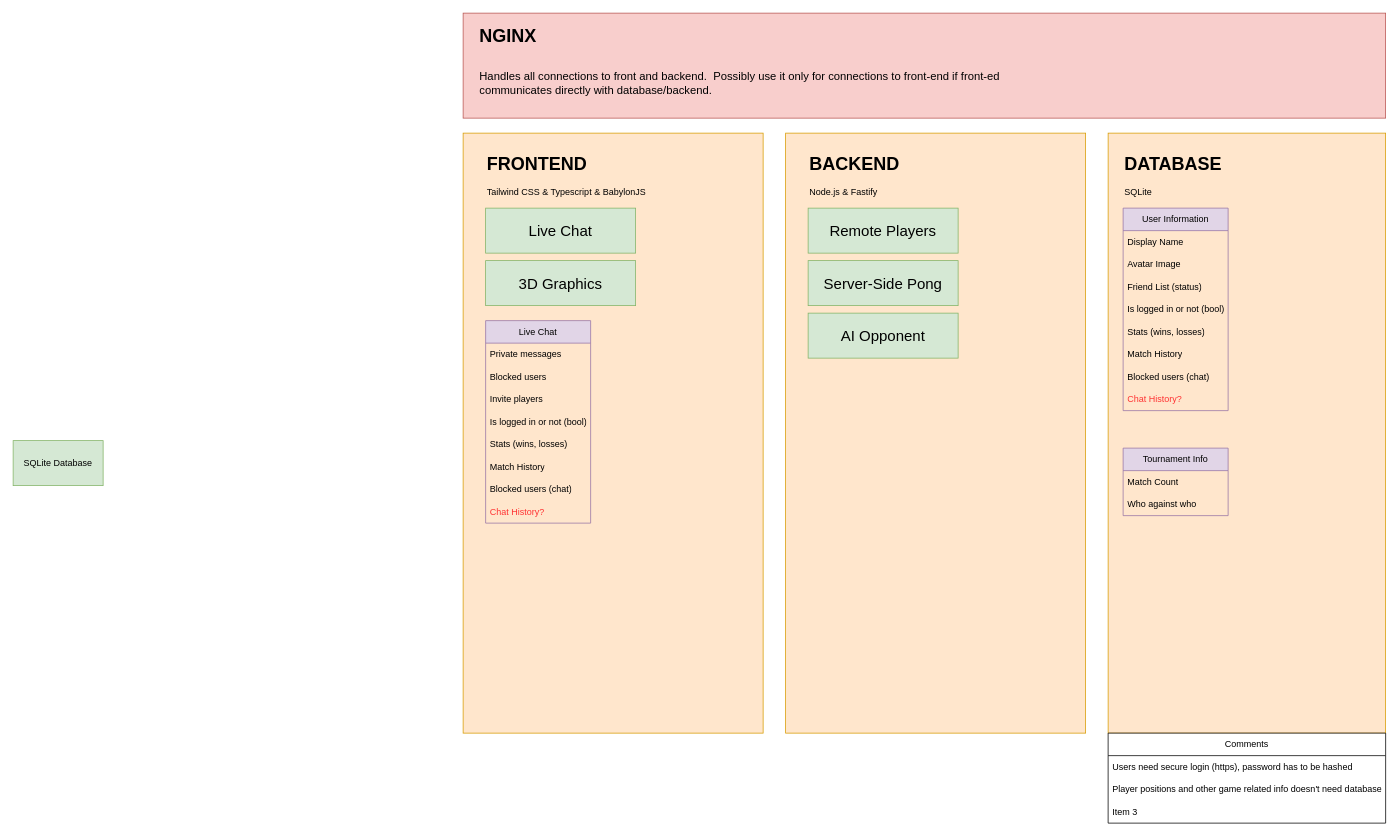
Above: transcendence.drawio in Jarnomer/transcendence (draw.io), before the change. Source tidied: cells renumbered, new cells numbered last; positions are measured from the earlier drawing's top-left corner, leaving out a move shared by most shapes. Both pictures are drawn from the tidied source at 75%, with x=0, y=0 at pixel (13, 13).
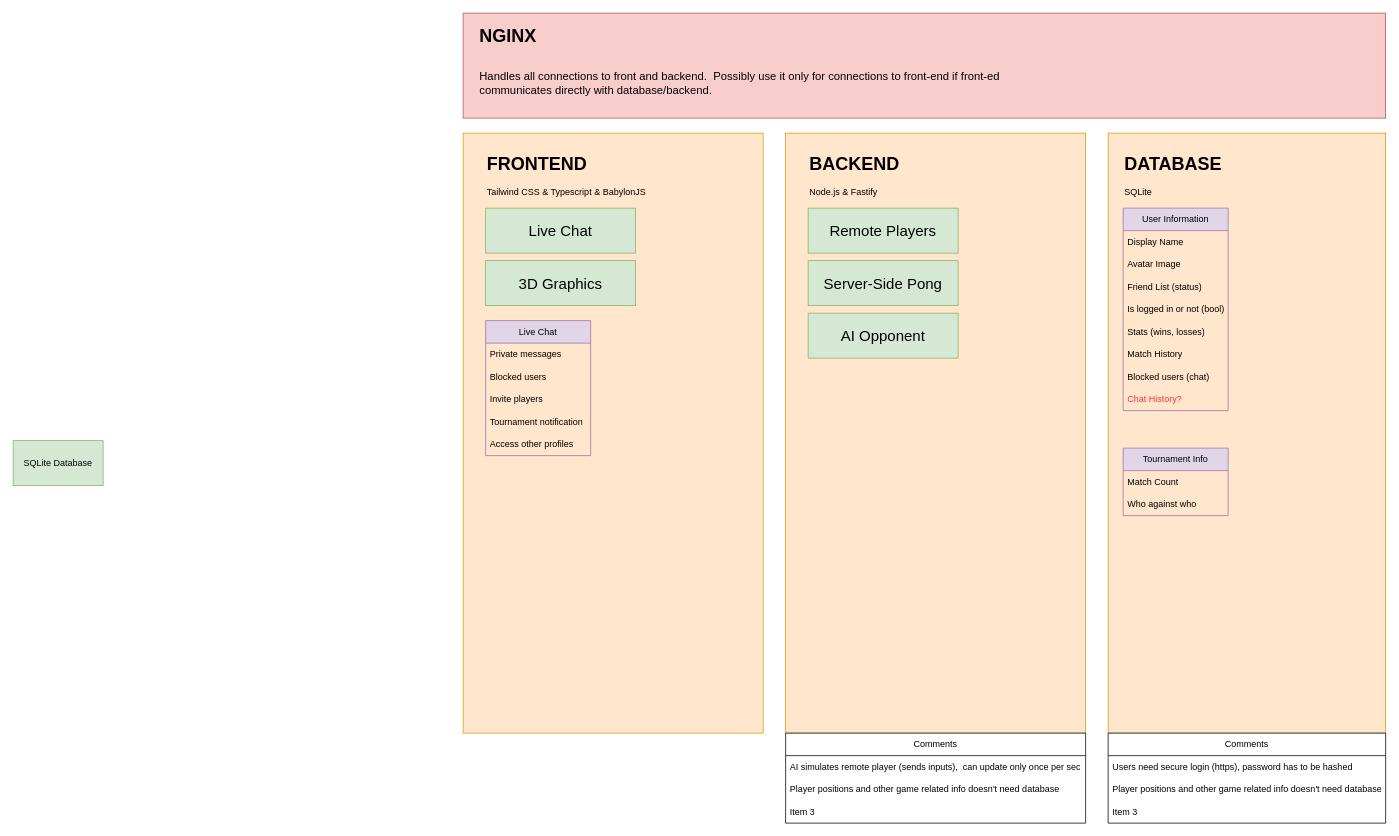
After the change.

Change to the diagram source:
```diff
@@
     <mxCell id="32" value="Live Chat" style="swimlane;fontStyle=0;horizontal=1;startSize=30;whiteSpace=wrap;html=1;fillColor=#e1d5e7;strokeColor=#9673a6;" parent="1" vertex="1">
-      <mxGeometry x="630" y="410" width="140" height="270" as="geometry" />
+      <mxGeometry x="630" y="410" width="140" height="180" as="geometry" />
     </mxCell>
@@
-    <mxCell id="36" value="&lt;div&gt;Is logged in or not (bool)&lt;/div&gt;" style="text;strokeColor=none;fillColor=none;align=left;verticalAlign=middle;spacingLeft=4;spacingRight=4;overflow=hidden;whiteSpace=wrap;html=1;" parent="32" vertex="1">
+    <mxCell id="36" value="&lt;div&gt;Tournament notification&lt;/div&gt;" style="text;strokeColor=none;fillColor=none;align=left;verticalAlign=middle;spacingLeft=4;spacingRight=4;overflow=hidden;whiteSpace=wrap;html=1;" parent="32" vertex="1">
       <mxGeometry y="120" width="140" height="30" as="geometry" />
     </mxCell>
-    <mxCell id="37" value="&lt;div&gt;Stats (wins, losses)&lt;/div&gt;" style="text;strokeColor=none;fillColor=none;align=left;verticalAlign=middle;spacingLeft=4;spacingRight=4;overflow=hidden;whiteSpace=wrap;html=1;" parent="32" vertex="1">
+    <mxCell id="37" value="&lt;div&gt;Access other profiles&lt;/div&gt;" style="text;strokeColor=none;fillColor=none;align=left;verticalAlign=middle;spacingLeft=4;spacingRight=4;overflow=hidden;whiteSpace=wrap;html=1;" parent="32" vertex="1">
       <mxGeometry y="150" width="140" height="30" as="geometry" />
     </mxCell>
-    <mxCell id="38" value="&lt;div&gt;Match History&lt;/div&gt;" style="text;strokeColor=none;fillColor=none;align=left;verticalAlign=middle;spacingLeft=4;spacingRight=4;overflow=hidden;whiteSpace=wrap;html=1;" parent="32" vertex="1">
-      <mxGeometry y="180" width="140" height="30" as="geometry" />
-    </mxCell>
-    <mxCell id="39" value="Blocked users (chat)" style="text;strokeColor=none;fillColor=none;align=left;verticalAlign=middle;spacingLeft=4;spacingRight=4;overflow=hidden;whiteSpace=wrap;html=1;" parent="32" vertex="1">
-      <mxGeometry y="210" width="140" height="30" as="geometry" />
-    </mxCell>
-    <mxCell id="40" value="&lt;div&gt;&lt;font style=&quot;color: rgb(255, 51, 51);&quot;&gt;Chat History?&lt;/font&gt;&lt;/div&gt;" style="text;strokeColor=none;fillColor=none;align=left;verticalAlign=middle;spacingLeft=4;spacingRight=4;overflow=hidden;whiteSpace=wrap;html=1;" parent="32" vertex="1">
-      <mxGeometry y="240" width="140" height="30" as="geometry" />
-    </mxCell>
+    <mxCell id="41" value="Comments" style="swimlane;fontStyle=0;horizontal=1;startSize=30;whiteSpace=wrap;html=1;" parent="1" vertex="1">
+      <mxGeometry x="1030" y="960" width="400" height="120" as="geometry" />
+    </mxCell>
+    <mxCell id="42" value="&lt;div style=&quot;text-align: center;&quot;&gt;&lt;span style=&quot;background-color: transparent; color: light-dark(rgb(0, 0, 0), rgb(255, 255, 255)); text-wrap: nowrap;&quot;&gt;AI simulates remote player (sends inputs),&amp;nbsp; can update only once per sec&lt;/span&gt;&lt;/div&gt;" style="text;strokeColor=none;fillColor=none;align=left;verticalAlign=middle;spacingLeft=4;spacingRight=4;overflow=hidden;whiteSpace=wrap;html=1;" parent="41" vertex="1">
+      <mxGeometry y="30" width="400" height="30" as="geometry" />
+    </mxCell>
+    <mxCell id="43" value="Player positions and other game related info doesn't need database" style="text;strokeColor=none;fillColor=none;align=left;verticalAlign=middle;spacingLeft=4;spacingRight=4;overflow=hidden;whiteSpace=wrap;html=1;" parent="41" vertex="1">
+      <mxGeometry y="60" width="400" height="30" as="geometry" />
+    </mxCell>
+    <mxCell id="44" value="Item 3" style="text;strokeColor=none;fillColor=none;align=left;verticalAlign=middle;spacingLeft=4;spacingRight=4;overflow=hidden;whiteSpace=wrap;html=1;" parent="41" vertex="1">
+      <mxGeometry y="90" width="400" height="30" as="geometry" />
+    </mxCell>
```
